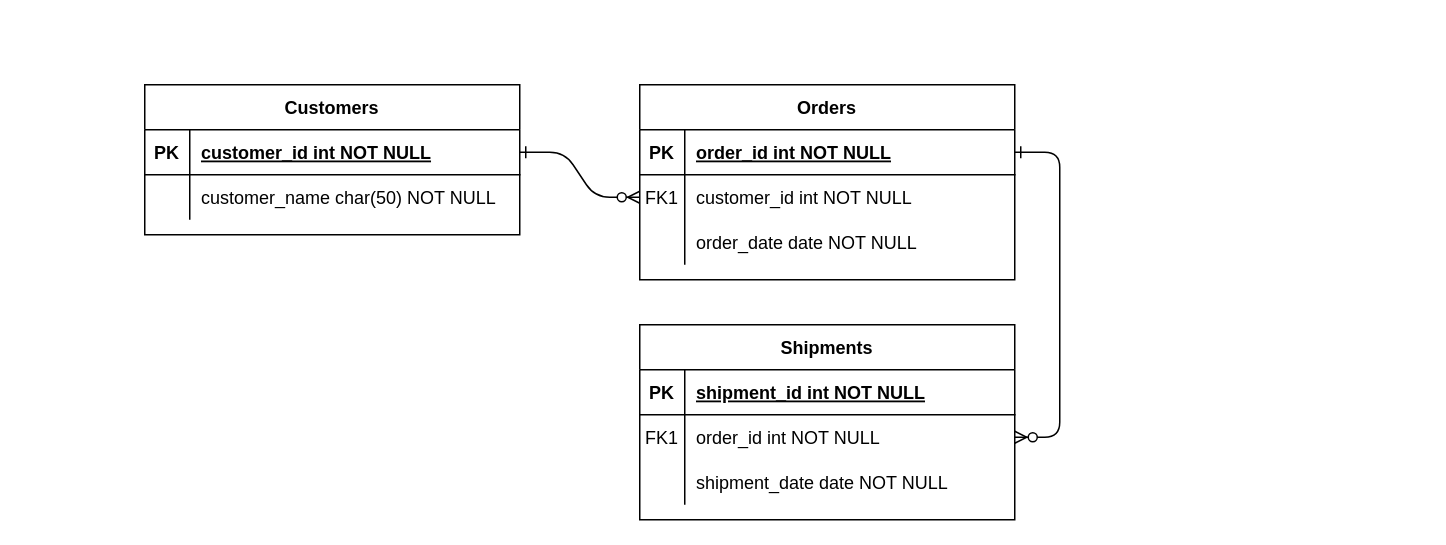
This is dist/Untitled Diagram.drawio from iitodoii/sanruk, a draw.io file, before an edit. Source tidied: cells renumbered, new cells numbered last; positions are measured from the earlier drawing's top-left corner, leaving out a move shared by most shapes. Both pictures are drawn from the tidied source at 150%, with x=0, y=0 at pixel (144, 84).
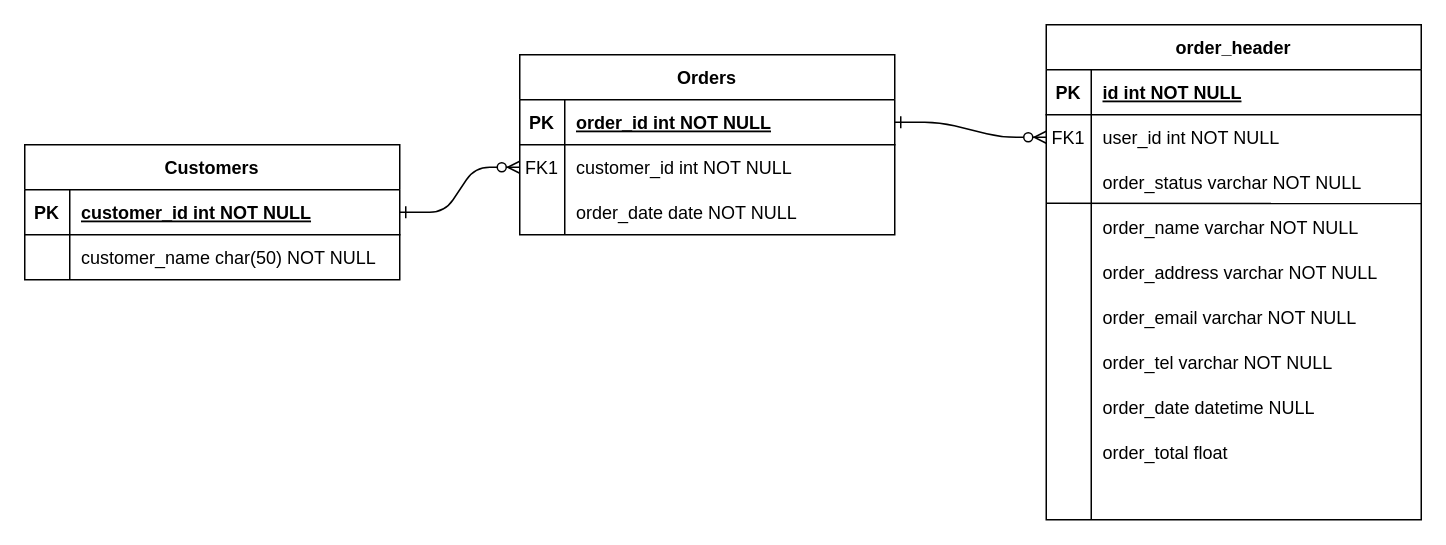
The same diagram, later.

Unchanged cells that the change refers to:
```xml
<mxCell id="15" style="shape=partialRectangle;fillColor=none;top=0;left=0;right=0;bottom=1;" parent="14" vertex="1">
  <mxGeometry y="30" width="250" height="30" as="geometry" />
</mxCell>
<mxCell id="18" style="shape=partialRectangle;fillColor=none;points=[[0,0.5],[1,0.5]];portConstraint=eastwest;top=0;left=0;right=0;bottom=0;" parent="14" vertex="1">
  <mxGeometry y="60" width="250" height="30" as="geometry" />
</mxCell>
<mxCell id="21" style="shape=partialRectangle;fillColor=none;points=[[0,0.5],[1,0.5]];portConstraint=eastwest;top=0;left=0;right=0;bottom=0;" parent="14" vertex="1">
  <mxGeometry y="90" width="250" height="30" as="geometry" />
</mxCell>
```

Change to the diagram source:
```diff
@@
     <mxCell id="4" value="Orders" style="shape=table;startSize=30;childLayout=tableLayout;rowLines=0;fontStyle=1;align=center;" parent="1" vertex="1">
-      <mxGeometry x="330" width="250" height="130" as="geometry" />
+      <mxGeometry x="250" y="-20" width="250" height="120" as="geometry" />
     </mxCell>
@@
-    <mxCell id="14" value="Shipments" style="shape=table;startSize=30;childLayout=tableLayout;rowLines=0;fontStyle=1;align=center;" parent="1" vertex="1">
-      <mxGeometry x="330" y="160" width="250" height="130" as="geometry" />
+    <mxCell id="14" value="order_header" style="shape=table;startSize=30;childLayout=tableLayout;rowLines=0;fontStyle=1;align=center;" parent="1" vertex="1">
+      <mxGeometry x="601" y="-40" width="250" height="330" as="geometry" />
     </mxCell>
@@
-    <mxCell id="17" value="shipment_id int NOT NULL " style="shape=partialRectangle;overflow=hidden;fillColor=none;top=0;left=0;bottom=0;right=0;align=left;spacingLeft=6;fontStyle=5;" parent="15" vertex="1">
+    <mxCell id="17" value="id int NOT NULL " style="shape=partialRectangle;overflow=hidden;fillColor=none;top=0;left=0;bottom=0;right=0;align=left;spacingLeft=6;fontStyle=5;" parent="15" vertex="1">
       <mxGeometry x="30" width="220" height="30" as="geometry" />
     </mxCell>
@@
-    <mxCell id="20" value="order_id int NOT NULL" style="shape=partialRectangle;overflow=hidden;fillColor=none;top=0;left=0;bottom=0;right=0;align=left;spacingLeft=6;" parent="18" vertex="1">
+    <mxCell id="20" value="user_id int NOT NULL" style="shape=partialRectangle;overflow=hidden;fillColor=none;top=0;left=0;bottom=0;right=0;align=left;spacingLeft=6;" parent="18" vertex="1">
       <mxGeometry x="30" width="220" height="30" as="geometry" />
     </mxCell>
@@
-    <mxCell id="23" value="shipment_date date NOT NULL" style="shape=partialRectangle;overflow=hidden;fillColor=none;top=0;left=0;bottom=0;right=0;align=left;spacingLeft=6;" parent="21" vertex="1">
+    <mxCell id="23" value="order_status varchar NOT NULL" style="shape=partialRectangle;overflow=hidden;fillColor=none;top=0;left=0;bottom=0;right=0;align=left;spacingLeft=6;" parent="21" vertex="1">
       <mxGeometry x="30" width="220" height="30" as="geometry" />
     </mxCell>
+    <mxCell id="31" style="shape=partialRectangle;fillColor=none;points=[[0,0.5],[1,0.5]];portConstraint=eastwest;top=0;left=0;right=0;bottom=0;" parent="14" vertex="1">
+      <mxGeometry y="120" width="250" height="30" as="geometry" />
+    </mxCell>
+    <mxCell id="32" style="shape=partialRectangle;overflow=hidden;fillColor=none;top=0;left=0;bottom=0;right=0;" parent="31" vertex="1">
+      <mxGeometry width="30" height="30" as="geometry" />
+    </mxCell>
+    <mxCell id="33" value="order_name varchar NOT NULL" style="shape=partialRectangle;overflow=hidden;fillColor=none;top=0;left=0;bottom=0;right=0;align=left;spacingLeft=6;" parent="31" vertex="1">
+      <mxGeometry x="30" width="220" height="30" as="geometry" />
+    </mxCell>
+    <mxCell id="34" style="shape=partialRectangle;fillColor=none;top=0;left=0;right=0;bottom=0;" parent="14" vertex="1">
+      <mxGeometry y="150" width="250" height="30" as="geometry" />
+    </mxCell>
+    <mxCell id="35" style="shape=partialRectangle;overflow=hidden;fillColor=none;top=0;left=0;bottom=0;right=0;" parent="34" vertex="1">
+      <mxGeometry width="30" height="30" as="geometry" />
+    </mxCell>
+    <mxCell id="36" value="order_address varchar NOT NULL" style="shape=partialRectangle;overflow=hidden;fillColor=none;top=0;left=0;bottom=0;right=0;align=left;spacingLeft=6;" parent="34" vertex="1">
+      <mxGeometry x="30" width="220" height="30" as="geometry" />
+    </mxCell>
+    <mxCell id="37" style="shape=partialRectangle;fillColor=none;top=0;left=0;right=0;bottom=0;" parent="14" vertex="1">
+      <mxGeometry y="180" width="250" height="30" as="geometry" />
+    </mxCell>
+    <mxCell id="38" style="shape=partialRectangle;overflow=hidden;fillColor=none;top=0;left=0;bottom=0;right=0;" parent="37" vertex="1">
+      <mxGeometry width="30" height="30" as="geometry" />
+    </mxCell>
+    <mxCell id="39" value="order_email varchar NOT NULL" style="shape=partialRectangle;overflow=hidden;fillColor=none;top=0;left=0;bottom=0;right=0;align=left;spacingLeft=6;" parent="37" vertex="1">
+      <mxGeometry x="30" width="220" height="30" as="geometry" />
+    </mxCell>
+    <mxCell id="40" style="shape=partialRectangle;fillColor=none;top=0;left=0;right=0;bottom=0;" parent="14" vertex="1">
+      <mxGeometry y="210" width="250" height="30" as="geometry" />
+    </mxCell>
+    <mxCell id="41" style="shape=partialRectangle;overflow=hidden;fillColor=none;top=0;left=0;bottom=0;right=0;" parent="40" vertex="1">
+      <mxGeometry width="30" height="30" as="geometry" />
+    </mxCell>
+    <mxCell id="42" value="order_tel varchar NOT NULL" style="shape=partialRectangle;overflow=hidden;fillColor=none;top=0;left=0;bottom=0;right=0;align=left;spacingLeft=6;" parent="40" vertex="1">
+      <mxGeometry x="30" width="220" height="30" as="geometry" />
+    </mxCell>
+    <mxCell id="43" style="shape=partialRectangle;fillColor=none;top=0;left=0;right=0;bottom=0;" parent="14" vertex="1">
+      <mxGeometry y="240" width="250" height="30" as="geometry" />
+    </mxCell>
+    <mxCell id="44" style="shape=partialRectangle;overflow=hidden;fillColor=none;top=0;left=0;bottom=0;right=0;" parent="43" vertex="1">
+      <mxGeometry width="30" height="30" as="geometry" />
+    </mxCell>
+    <mxCell id="45" value="order_date datetime NULL" style="shape=partialRectangle;overflow=hidden;fillColor=none;top=0;left=0;bottom=0;right=0;align=left;spacingLeft=6;" parent="43" vertex="1">
+      <mxGeometry x="30" width="220" height="30" as="geometry" />
+    </mxCell>
+    <mxCell id="46" style="shape=partialRectangle;fillColor=none;top=0;left=0;right=0;bottom=0;" parent="14" vertex="1">
+      <mxGeometry y="270" width="250" height="30" as="geometry" />
+    </mxCell>
+    <mxCell id="47" style="shape=partialRectangle;overflow=hidden;fillColor=none;top=0;left=0;bottom=0;right=0;" parent="46" vertex="1">
+      <mxGeometry width="30" height="30" as="geometry" />
+    </mxCell>
+    <mxCell id="48" value="order_total float" style="shape=partialRectangle;overflow=hidden;fillColor=none;top=0;left=0;bottom=0;right=0;align=left;spacingLeft=6;" parent="46" vertex="1">
+      <mxGeometry x="30" width="220" height="30" as="geometry" />
+    </mxCell>
+    <mxCell id="49" style="shape=partialRectangle;fillColor=none;top=0;left=0;right=0;bottom=0;" parent="14" vertex="1">
+      <mxGeometry y="300" width="250" height="30" as="geometry" />
+    </mxCell>
+    <mxCell id="50" style="shape=partialRectangle;overflow=hidden;fillColor=none;top=0;left=0;bottom=0;right=0;" parent="49" vertex="1">
+      <mxGeometry width="30" height="30" as="geometry" />
+    </mxCell>
+    <mxCell id="51" style="shape=partialRectangle;overflow=hidden;fillColor=none;top=0;left=0;bottom=0;right=0;align=left;spacingLeft=6;" parent="49" vertex="1">
+      <mxGeometry x="30" width="220" height="30" as="geometry" />
+    </mxCell>
+    <mxCell id="52" style="endArrow=none;html=1;rounded=0;entryX=1.002;entryY=-0.027;entryDx=0;entryDy=0;entryPerimeter=0;exitX=0.001;exitY=0.968;exitDx=0;exitDy=0;exitPerimeter=0;" parent="14" edge="1" source="21" target="31">
+      <mxGeometry relative="1" as="geometry" />
+    </mxCell>
     <mxCell id="24" value="Customers" style="shape=table;startSize=30;childLayout=tableLayout;rowLines=0;fontStyle=1;align=center;" parent="1" vertex="1">
-      <mxGeometry width="250" height="100" as="geometry" />
+      <mxGeometry x="-80" y="40" width="250" height="90" as="geometry" />
     </mxCell>
```
